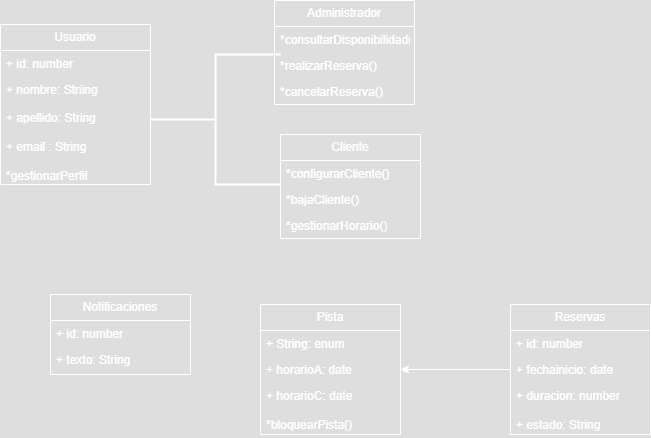
JorgeParrondo/TareaEntornosReservasDeportivas keeps this draw.io diagram as PracticaGuiada.drawio.png. Above is the earlier version. Source tidied: cells renumbered, new cells last; positions are measured from the earlier drawing's top-left corner, leaving out a move shared by most shapes.
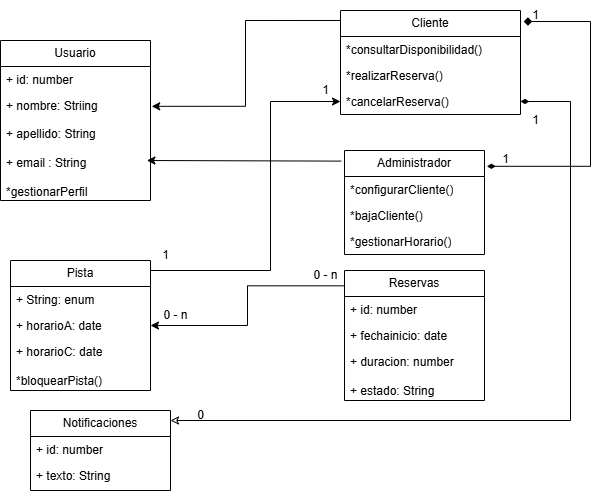
The same diagram one commit later.

What changed in the source:
```diff
@@ -2,8 +2,8 @@
   <root>
     <mxCell id="0" />
     <mxCell id="1" parent="0" />
-    <mxCell id="2" value="Cliente" style="swimlane;fontStyle=0;horizontal=1;startSize=26;fillColor=none;whiteSpace=wrap;html=1;" parent="1" vertex="1">
-      <mxGeometry x="280" y="134" width="140" height="104" as="geometry" />
+    <mxCell id="2" value="Administrador" style="swimlane;fontStyle=0;horizontal=1;startSize=26;fillColor=none;whiteSpace=wrap;html=1;" parent="1" vertex="1">
+      <mxGeometry x="344" y="134" width="140" height="104" as="geometry" />
     </mxCell>
     <mxCell id="3" value="*configurarCliente()" style="text;strokeColor=none;fillColor=none;align=left;verticalAlign=top;spacingLeft=4;spacingRight=4;overflow=hidden;whiteSpace=wrap;html=1;" parent="2" vertex="1">
       <mxGeometry y="26" width="140" height="26" as="geometry" />
@@ -14,17 +14,17 @@
     <mxCell id="5" value="*gestionarHorario()" style="text;strokeColor=none;fillColor=none;align=left;verticalAlign=top;spacingLeft=4;spacingRight=4;overflow=hidden;whiteSpace=wrap;html=1;" parent="2" vertex="1">
       <mxGeometry y="78" width="140" height="26" as="geometry" />
     </mxCell>
-    <mxCell id="6" value="Administrador" style="swimlane;fontStyle=0;horizontal=1;startSize=26;fillColor=none;whiteSpace=wrap;html=1;" parent="1" vertex="1">
-      <mxGeometry x="274" width="140" height="104" as="geometry" />
+    <mxCell id="6" value="Cliente" style="swimlane;fontStyle=0;horizontal=1;startSize=26;fillColor=none;whiteSpace=wrap;html=1;" parent="1" vertex="1">
+      <mxGeometry x="340" y="-6" width="180" height="104" as="geometry" />
     </mxCell>
     <mxCell id="7" value="*consultarDisponibilidad()" style="text;strokeColor=none;fillColor=none;align=left;verticalAlign=top;spacingLeft=4;spacingRight=4;overflow=hidden;whiteSpace=wrap;html=1;" parent="6" vertex="1">
-      <mxGeometry y="26" width="140" height="26" as="geometry" />
+      <mxGeometry y="26" width="180" height="26" as="geometry" />
     </mxCell>
     <mxCell id="8" value="*realizarReserva()" style="text;strokeColor=none;fillColor=none;align=left;verticalAlign=top;spacingLeft=4;spacingRight=4;overflow=hidden;whiteSpace=wrap;html=1;" parent="6" vertex="1">
-      <mxGeometry y="52" width="140" height="26" as="geometry" />
+      <mxGeometry y="52" width="180" height="26" as="geometry" />
     </mxCell>
     <mxCell id="9" value="*cancelarReserva()" style="text;strokeColor=none;fillColor=none;align=left;verticalAlign=top;spacingLeft=4;spacingRight=4;overflow=hidden;points=[[0,0.5],[1,0.5]];portConstraint=eastwest;whiteSpace=wrap;html=1;" parent="6" vertex="1">
-      <mxGeometry y="78" width="140" height="26" as="geometry" />
+      <mxGeometry y="78" width="180" height="26" as="geometry" />
     </mxCell>
     <mxCell id="10" value="Usuario" style="swimlane;fontStyle=0;horizontal=1;startSize=26;fillColor=none;whiteSpace=wrap;html=1;" parent="1" vertex="1">
       <mxGeometry y="24" width="150" height="160" as="geometry" />
@@ -36,7 +36,7 @@
       <mxGeometry y="52" width="150" height="108" as="geometry" />
     </mxCell>
     <mxCell id="13" value="Notificaciones" style="swimlane;fontStyle=0;horizontal=1;startSize=26;fillColor=none;whiteSpace=wrap;html=1;" parent="1" vertex="1">
-      <mxGeometry x="50" y="294" width="140" height="80" as="geometry" />
+      <mxGeometry x="30" y="394" width="140" height="80" as="geometry" />
     </mxCell>
     <mxCell id="14" value="+ id: number" style="text;strokeColor=none;fillColor=none;align=left;verticalAlign=top;spacingLeft=4;spacingRight=4;overflow=hidden;whiteSpace=wrap;html=1;" parent="13" vertex="1">
       <mxGeometry y="26" width="140" height="26" as="geometry" />
@@ -48,7 +48,7 @@
       <mxGeometry y="78" width="140" height="2" as="geometry" />
     </mxCell>
     <mxCell id="17" value="Pista" style="swimlane;fontStyle=0;horizontal=1;startSize=26;fillColor=none;whiteSpace=wrap;html=1;" parent="1" vertex="1">
-      <mxGeometry x="260" y="304" width="140" height="130" as="geometry" />
+      <mxGeometry x="10" y="244" width="140" height="130" as="geometry" />
     </mxCell>
     <mxCell id="18" value="+ String: enum" style="text;strokeColor=none;fillColor=none;align=left;verticalAlign=top;spacingLeft=4;spacingRight=4;overflow=hidden;whiteSpace=wrap;html=1;" parent="17" vertex="1">
       <mxGeometry y="26" width="140" height="26" as="geometry" />
@@ -60,7 +60,7 @@
       <mxGeometry y="78" width="140" height="52" as="geometry" />
     </mxCell>
     <mxCell id="21" value="Reservas" style="swimlane;fontStyle=0;horizontal=1;startSize=26;fillColor=none;whiteSpace=wrap;html=1;" parent="1" vertex="1">
-      <mxGeometry x="510" y="304" width="140" height="130" as="geometry" />
+      <mxGeometry x="344" y="254" width="140" height="130" as="geometry" />
     </mxCell>
     <mxCell id="22" value="+ id: number" style="text;strokeColor=none;fillColor=none;align=left;verticalAlign=top;spacingLeft=4;spacingRight=4;overflow=hidden;whiteSpace=wrap;html=1;" parent="21" vertex="1">
       <mxGeometry y="26" width="140" height="26" as="geometry" />
@@ -71,14 +71,68 @@
     <mxCell id="24" value="+ duracion: number&lt;div&gt;&lt;br&gt;&lt;/div&gt;&lt;div&gt;+ estado: String&lt;/div&gt;" style="text;strokeColor=none;fillColor=none;align=left;verticalAlign=top;spacingLeft=4;spacingRight=4;overflow=hidden;whiteSpace=wrap;html=1;" parent="21" vertex="1">
       <mxGeometry y="78" width="140" height="52" as="geometry" />
     </mxCell>
-    <mxCell id="25" style="strokeWidth=2;html=1;shape=mxgraph.flowchart.annotation_2;align=left;labelPosition=right;" parent="1" vertex="1">
-      <mxGeometry x="150" y="54" width="130" height="130" as="geometry" />
-    </mxCell>
     <mxCell id="26" value="+ apellido: String&lt;div&gt;&lt;div&gt;&lt;br&gt;&lt;/div&gt;&lt;div&gt;+ email : String&lt;/div&gt;&lt;div&gt;&lt;br&gt;&lt;/div&gt;&lt;div&gt;*gestionarPerfil&lt;/div&gt;&lt;/div&gt;" style="text;strokeColor=none;fillColor=none;align=left;verticalAlign=top;spacingLeft=4;spacingRight=4;overflow=hidden;whiteSpace=wrap;html=1;" parent="1" vertex="1">
       <mxGeometry y="104" width="140" height="82" as="geometry" />
     </mxCell>
-    <mxCell id="27" style="edgeStyle=orthogonalEdgeStyle;rounded=0;jettySize=auto;html=1;exitX=0;exitY=0.5;exitDx=0;exitDy=0;entryX=1;entryY=0.5;entryDx=0;entryDy=0;" parent="1" edge="1" source="23" target="19">
+    <mxCell id="27" style="edgeStyle=orthogonalEdgeStyle;rounded=0;jettySize=auto;html=1;exitX=0;exitY=0.118;exitDx=0;exitDy=0;entryX=1;entryY=0.5;entryDx=0;entryDy=0;endArrow=classic;endFill=1;exitPerimeter=0;" parent="1" edge="1" source="21" target="19">
       <mxGeometry relative="1" as="geometry" />
     </mxCell>
+    <mxCell id="28" style="endArrow=classic;html=1;rounded=0;edgeStyle=elbowEdgeStyle;exitX=-0.023;exitY=0.102;exitDx=0;exitDy=0;exitPerimeter=0;entryX=0.976;entryY=0.631;entryDx=0;entryDy=0;entryPerimeter=0;elbow=vertical;" parent="1" edge="1" source="2" target="12">
+      <mxGeometry relative="1" as="geometry">
+        <Array as="points">
+          <mxPoint x="270" y="144" />
+        </Array>
+      </mxGeometry>
+    </mxCell>
+    <mxCell id="29" style="endArrow=classic;html=1;rounded=0;exitX=0;exitY=0.096;exitDx=0;exitDy=0;exitPerimeter=0;edgeStyle=orthogonalEdgeStyle;entryX=1.008;entryY=0.128;entryDx=0;entryDy=0;entryPerimeter=0;" parent="1" edge="1" source="6" target="12">
+      <mxGeometry relative="1" as="geometry" />
+    </mxCell>
+    <mxCell id="30" style="endArrow=diamondThin;startArrow=diamond;html=1;rounded=0;edgeStyle=elbowEdgeStyle;entryX=1.017;entryY=0.152;entryDx=0;entryDy=0;entryPerimeter=0;elbow=vertical;startFill=1;endFill=1;exitX=1.018;exitY=0.106;exitDx=0;exitDy=0;exitPerimeter=0;" parent="1" edge="1" source="6" target="2">
+      <mxGeometry relative="1" as="geometry">
+        <Array as="points">
+          <mxPoint x="590" y="84" />
+        </Array>
+      </mxGeometry>
+    </mxCell>
+    <mxCell id="31" style="endArrow=classic;html=1;rounded=0;edgeStyle=elbowEdgeStyle;entryX=0;entryY=0.5;entryDx=0;entryDy=0;" parent="1" edge="1" target="9">
+      <mxGeometry relative="1" as="geometry">
+        <mxPoint x="150" y="254" as="sourcePoint" />
+        <Array as="points">
+          <mxPoint x="270" y="164" />
+        </Array>
+      </mxGeometry>
+    </mxCell>
+    <mxCell id="32" style="endArrow=diamondThin;html=1;rounded=0;edgeStyle=elbowEdgeStyle;entryX=1;entryY=0.5;entryDx=0;entryDy=0;startArrow=classic;startFill=0;endFill=1;" parent="1" edge="1" target="9">
+      <mxGeometry relative="1" as="geometry">
+        <mxPoint x="170" y="404" as="sourcePoint" />
+        <Array as="points">
+          <mxPoint x="570" y="274" />
+        </Array>
+      </mxGeometry>
+    </mxCell>
+    <mxCell id="33" value="0" style="text;html=1;align=center;verticalAlign=middle;strokeColor=none;fillColor=none;" parent="1" vertex="1">
+      <mxGeometry x="185" y="384" width="30" height="30" as="geometry" />
+    </mxCell>
+    <mxCell id="34" value="1" style="text;html=1;align=center;verticalAlign=middle;strokeColor=none;fillColor=none;" parent="1" vertex="1">
+      <mxGeometry x="490" y="128" width="30" height="30" as="geometry" />
+    </mxCell>
+    <mxCell id="35" value="1" style="text;html=1;align=center;verticalAlign=middle;strokeColor=none;fillColor=none;" parent="1" vertex="1">
+      <mxGeometry x="520" y="-16" width="30" height="30" as="geometry" />
+    </mxCell>
+    <mxCell id="36" value="1" style="text;html=1;align=center;verticalAlign=middle;strokeColor=none;fillColor=none;" parent="1" vertex="1">
+      <mxGeometry x="520" y="89" width="30" height="30" as="geometry" />
+    </mxCell>
+    <mxCell id="37" value="1" style="text;html=1;align=center;verticalAlign=middle;strokeColor=none;fillColor=none;" parent="1" vertex="1">
+      <mxGeometry x="310" y="59" width="30" height="30" as="geometry" />
+    </mxCell>
+    <mxCell id="38" value="1" style="text;html=1;align=center;verticalAlign=middle;strokeColor=none;fillColor=none;" parent="1" vertex="1">
+      <mxGeometry x="150" y="224" width="30" height="30" as="geometry" />
+    </mxCell>
+    <mxCell id="39" value="0 - n" style="text;html=1;align=center;verticalAlign=middle;strokeColor=none;fillColor=none;" parent="1" vertex="1">
+      <mxGeometry x="150" y="284" width="50" height="30" as="geometry" />
+    </mxCell>
+    <mxCell id="40" value="0 - n" style="text;html=1;align=center;verticalAlign=middle;strokeColor=none;fillColor=none;" parent="1" vertex="1">
+      <mxGeometry x="300" y="244" width="50" height="30" as="geometry" />
+    </mxCell>
   </root>
 </mxGraphModel>
```
